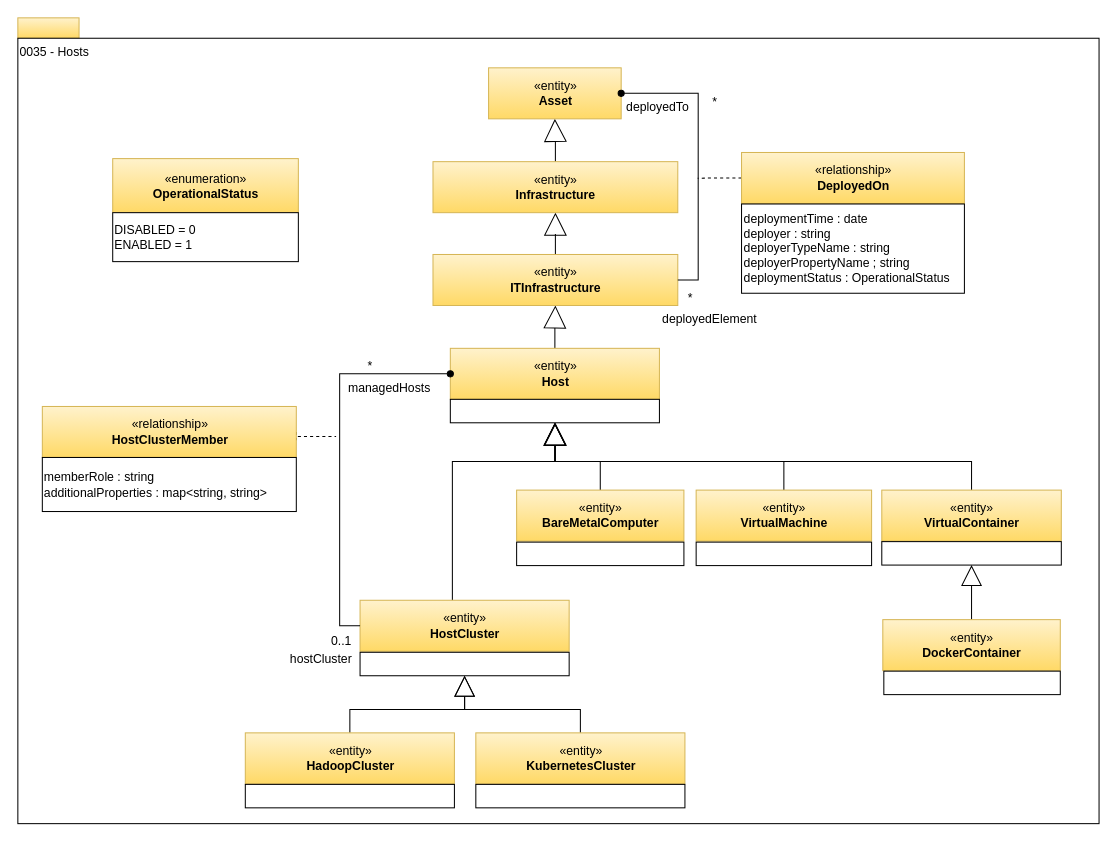
Above: page "0035-Complex-Hosts" (20 of 32) of site/docs/types/0/area-0-basic-types-and-infrastructure.drawio in odpi/egeria-docs (draw.io), before the change. Source tidied: cells renumbered, new cells numbered last; positions are measured from the earlier drawing's top-left corner, leaving out a move shared by most shapes. Both pictures are drawn from the tidied source at 102%, with x=0, y=0 at pixel (17, 17).
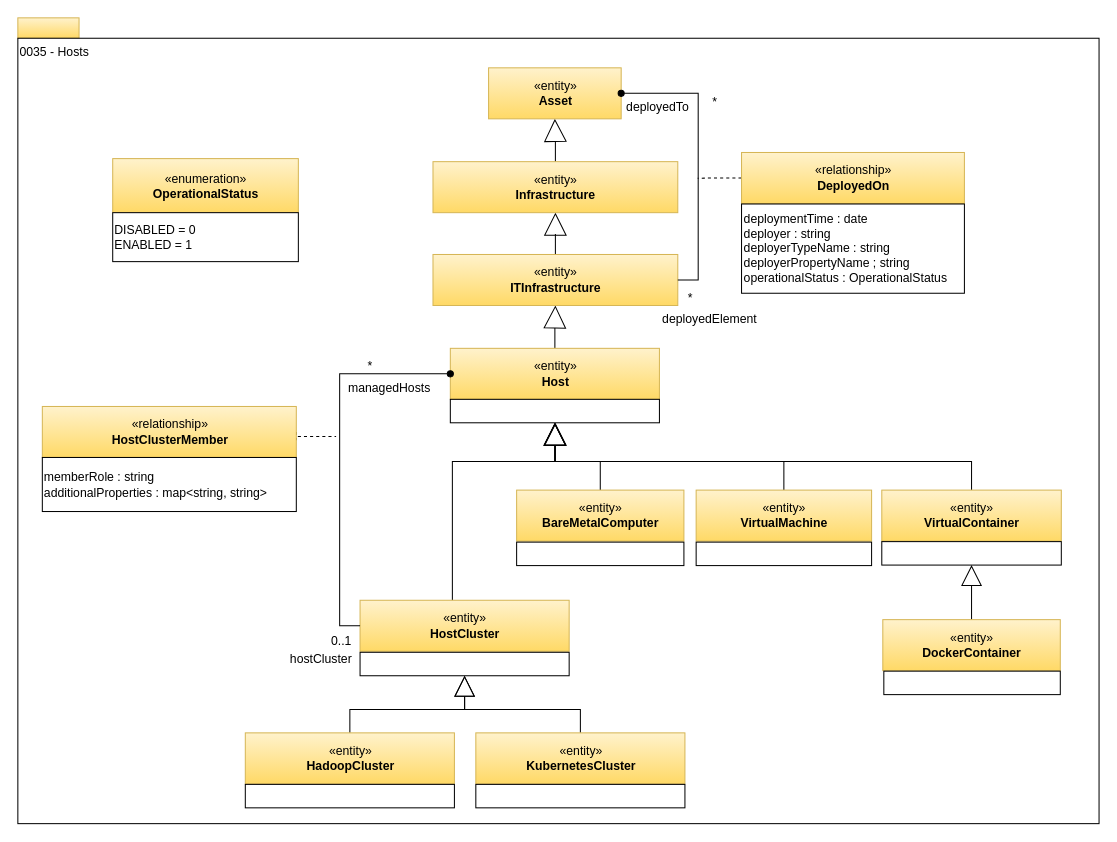
Above is the later version.

Diff of the diagram source:
```diff
@@
-    <mxCell id="42" value="&lt;span&gt;deploymentTime : date&lt;/span&gt;&lt;br&gt;&lt;span&gt;deployer : string&lt;/span&gt;&lt;br&gt;&lt;span&gt;deployerTypeName : string&lt;/span&gt;&lt;br&gt;&lt;span&gt;deployerPropertyName ; string&lt;/span&gt;&lt;br&gt;&lt;span&gt;deploymentStatus : OperationalStatus&lt;/span&gt;" style="rounded=0;whiteSpace=wrap;html=1;strokeColor=#000000;gradientColor=#ffffff;align=left;" parent="1" vertex="1">
+    <mxCell id="42" value="&lt;span&gt;deploymentTime : date&lt;/span&gt;&lt;br&gt;&lt;span&gt;deployer : string&lt;/span&gt;&lt;br&gt;&lt;span&gt;deployerTypeName : string&lt;/span&gt;&lt;br&gt;&lt;span&gt;deployerPropertyName ; string&lt;/span&gt;&lt;br&gt;&lt;span&gt;operationalStatus : OperationalStatus&lt;/span&gt;" style="rounded=0;whiteSpace=wrap;html=1;strokeColor=#000000;gradientColor=#ffffff;align=left;" parent="1" vertex="1">
       <mxGeometry x="709.5" y="182.5" width="218.5" height="87.5" as="geometry" />
     </mxCell>
```
